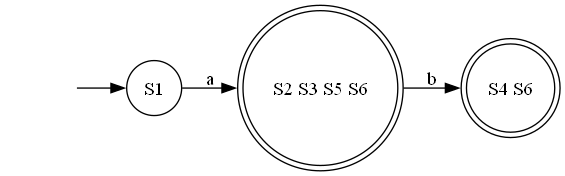
ZiadSheriif/AutoMajestic keeps this Graphviz diagram as output/dfa/dfa.gv.png. Above is the earlier version. Its source is kept beside it as output/dfa/dfa.gv.
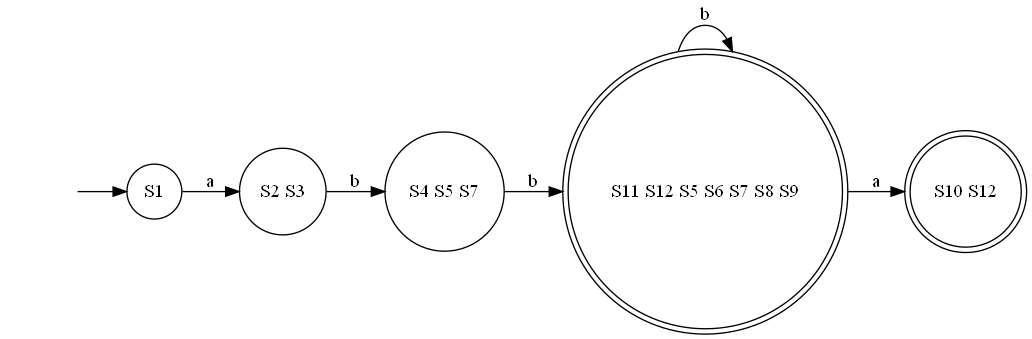
Later version of the same file.

Change to the diagram source:
```diff
@@ -2,9 +2,14 @@
 	"" [shape=none]
 	"" -> S1
 	S1 [shape=circle]
-	S1 -> "S2 S3 S5 S6" [label=a]
-	"S2 S3 S5 S6" [shape=doublecircle]
-	"S2 S3 S5 S6" -> "S4 S6" [label=b]
-	"S4 S6" [shape=doublecircle]
+	S1 -> "S2 S3" [label=a]
+	"S2 S3" [shape=circle]
+	"S2 S3" -> "S4 S5 S7" [label=b]
+	"S4 S5 S7" [shape=circle]
+	"S4 S5 S7" -> "S11 S12 S5 S6 S7 S8 S9" [label=b]
+	"S11 S12 S5 S6 S7 S8 S9" [shape=doublecircle]
+	"S11 S12 S5 S6 S7 S8 S9" -> "S10 S12" [label=a]
+	"S11 S12 S5 S6 S7 S8 S9" -> "S11 S12 S5 S6 S7 S8 S9" [label=b]
+	"S10 S12" [shape=doublecircle]
 	rankdir=LR
 }
```
